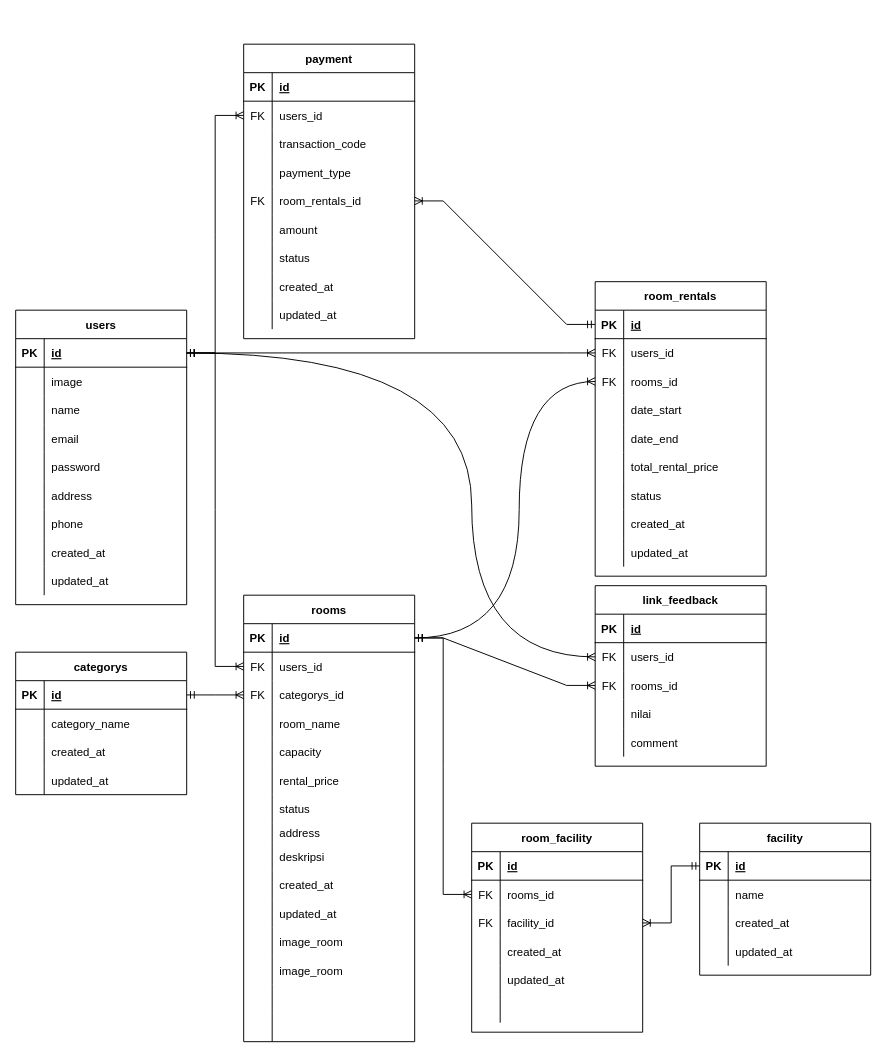
Capstone-MNRoom/Capstone-MNRoom-BE keeps this draw.io diagram as erd/ERD-MNroom.drawio. Above is the earlier version. Source tidied: cells renumbered, new cells numbered last; positions are measured from the earlier drawing's top-left corner, leaving out a move shared by most shapes. Both pictures are drawn from the tidied source at 95%, with x=0, y=0 at pixel (15, 44).
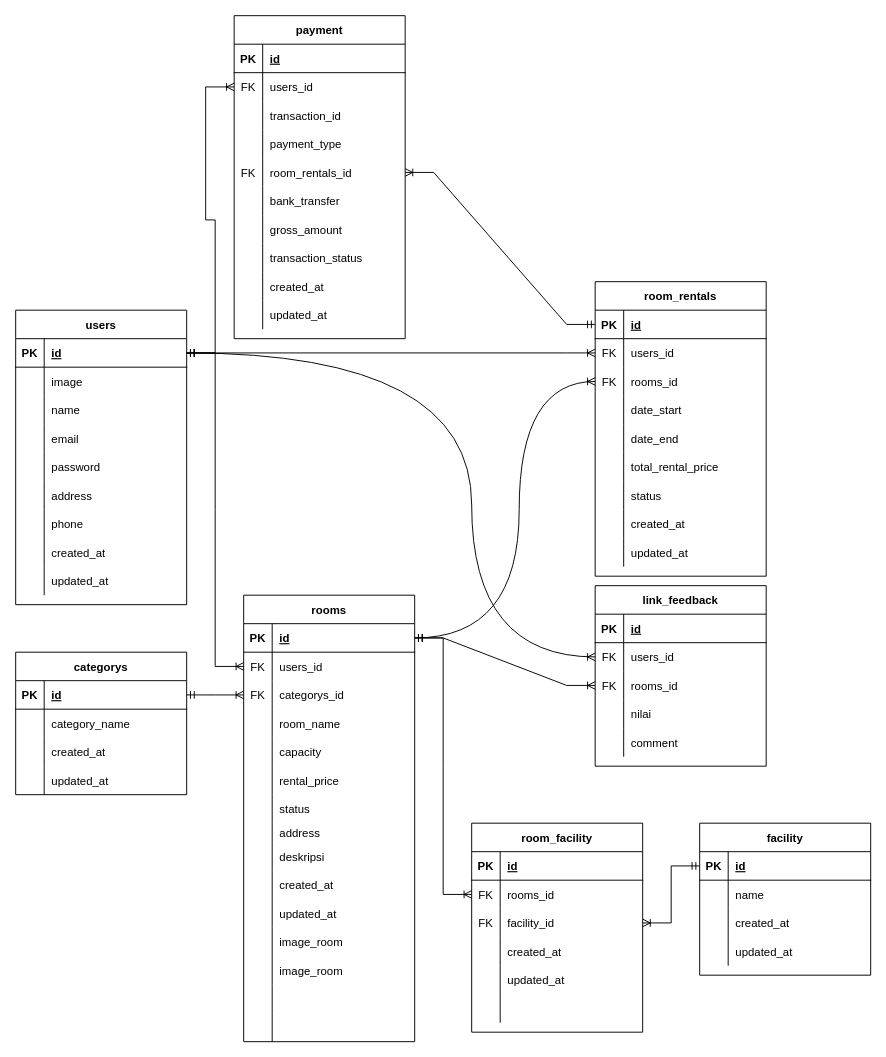
Above is the later version.

The change refers to these unchanged cells:
```xml
<mxCell id="124" style="shape=tableRow;horizontal=0;startSize=0;swimlaneHead=0;swimlaneBody=0;fillColor=none;top=0;left=0;right=0;bottom=0;" parent="117" vertex="1">
  <mxGeometry y="90" width="180" height="30" as="geometry" />
</mxCell>
```

Change to the diagram source:
```diff
@@
     <mxCell id="117" value="payment" style="shape=table;startSize=30;childLayout=tableLayout;rowLines=0;fontStyle=1;align=center;" parent="1" vertex="1">
-      <mxGeometry x="240" width="180" height="310" as="geometry" />
+      <mxGeometry x="230" y="-30" width="180" height="340" as="geometry" />
     </mxCell>
@@
-    <mxCell id="126" value="transaction_code" style="shape=partialRectangle;fillColor=none;top=0;left=0;bottom=0;right=0;align=left;spacingLeft=6;overflow=hidden;" parent="124" vertex="1">
+    <mxCell id="126" value="transaction_id" style="shape=partialRectangle;fillColor=none;top=0;left=0;bottom=0;right=0;align=left;spacingLeft=6;overflow=hidden;" parent="124" vertex="1">
       <mxGeometry x="30" width="150" height="30" as="geometry" />
     </mxCell>
@@
+    <mxCell id="203" style="shape=tableRow;horizontal=0;startSize=0;swimlaneHead=0;swimlaneBody=0;fillColor=none;top=0;left=0;right=0;bottom=0;" parent="117" vertex="1">
+      <mxGeometry y="180" width="180" height="30" as="geometry" />
+    </mxCell>
+    <mxCell id="204" style="shape=partialRectangle;fillColor=none;top=0;left=0;bottom=0;right=0;overflow=hidden;" parent="203" vertex="1">
+      <mxGeometry width="30" height="30" as="geometry" />
+    </mxCell>
+    <mxCell id="205" value="bank_transfer" style="shape=partialRectangle;fillColor=none;top=0;left=0;bottom=0;right=0;align=left;spacingLeft=6;overflow=hidden;" parent="203" vertex="1">
+      <mxGeometry x="30" width="150" height="30" as="geometry" />
+    </mxCell>
     <mxCell id="133" style="shape=tableRow;horizontal=0;startSize=0;swimlaneHead=0;swimlaneBody=0;fillColor=none;top=0;left=0;right=0;bottom=0;" parent="117" vertex="1">
-      <mxGeometry y="180" width="180" height="30" as="geometry" />
+      <mxGeometry y="210" width="180" height="30" as="geometry" />
     </mxCell>
@@
-    <mxCell id="135" value="amount" style="shape=partialRectangle;fillColor=none;top=0;left=0;bottom=0;right=0;align=left;spacingLeft=6;overflow=hidden;" parent="133" vertex="1">
+    <mxCell id="135" value="gross_amount" style="shape=partialRectangle;fillColor=none;top=0;left=0;bottom=0;right=0;align=left;spacingLeft=6;overflow=hidden;" parent="133" vertex="1">
       <mxGeometry x="30" width="150" height="30" as="geometry" />
     </mxCell>
     <mxCell id="136" style="shape=tableRow;horizontal=0;startSize=0;swimlaneHead=0;swimlaneBody=0;fillColor=none;top=0;left=0;right=0;bottom=0;" parent="117" vertex="1">
-      <mxGeometry y="210" width="180" height="30" as="geometry" />
+      <mxGeometry y="240" width="180" height="30" as="geometry" />
     </mxCell>
@@
-    <mxCell id="138" value="status" style="shape=partialRectangle;fillColor=none;top=0;left=0;bottom=0;right=0;align=left;spacingLeft=6;overflow=hidden;" parent="136" vertex="1">
+    <mxCell id="138" value="transaction_status" style="shape=partialRectangle;fillColor=none;top=0;left=0;bottom=0;right=0;align=left;spacingLeft=6;overflow=hidden;" parent="136" vertex="1">
       <mxGeometry x="30" width="150" height="30" as="geometry" />
     </mxCell>
     <mxCell id="139" style="shape=tableRow;horizontal=0;startSize=0;swimlaneHead=0;swimlaneBody=0;fillColor=none;top=0;left=0;right=0;bottom=0;" parent="117" vertex="1">
-      <mxGeometry y="240" width="180" height="30" as="geometry" />
+      <mxGeometry y="270" width="180" height="30" as="geometry" />
     </mxCell>
@@
     <mxCell id="142" style="shape=tableRow;horizontal=0;startSize=0;swimlaneHead=0;swimlaneBody=0;fillColor=none;top=0;left=0;right=0;bottom=0;" parent="117" vertex="1">
-      <mxGeometry y="270" width="180" height="30" as="geometry" />
+      <mxGeometry y="300" width="180" height="30" as="geometry" />
     </mxCell>
```
